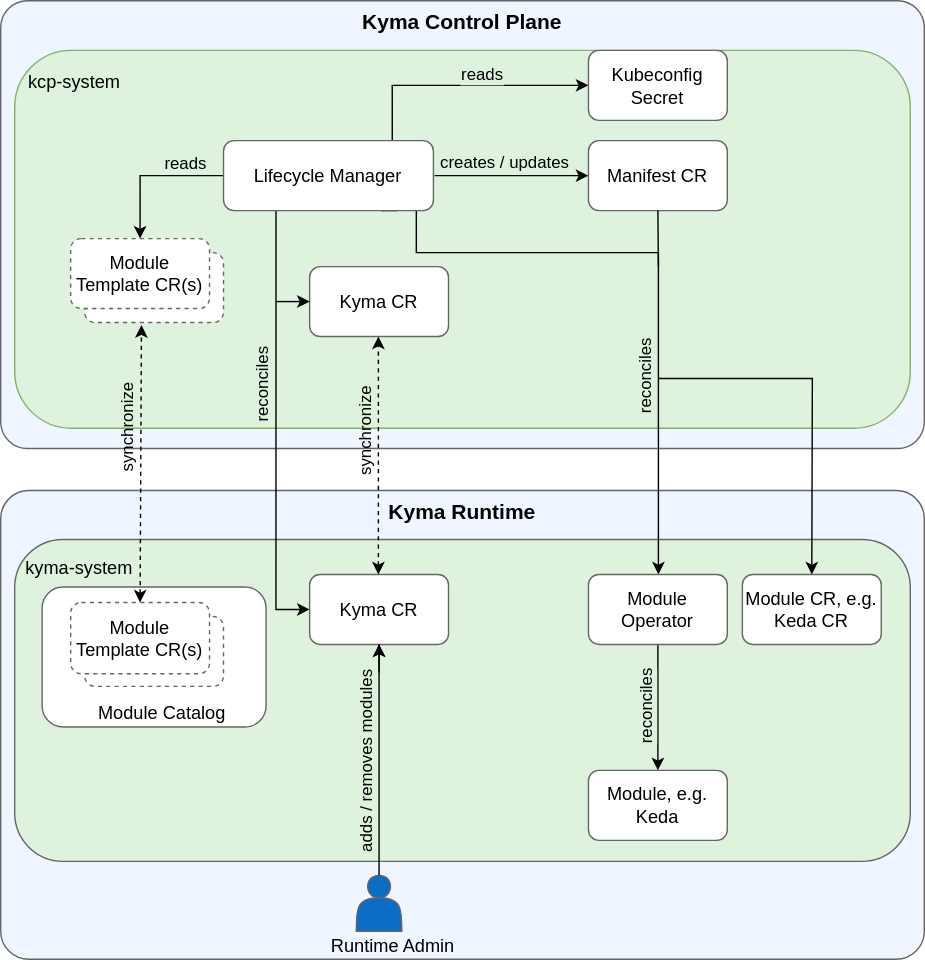
Earlier version of the draw.io export docs/assets/lifecycle-manager-architecture.svg (kyma-project/lifecycle-manager). Source tidied: cells renumbered, new cells last; positions are measured from the earlier drawing's top-left corner, leaving out a move shared by most shapes.
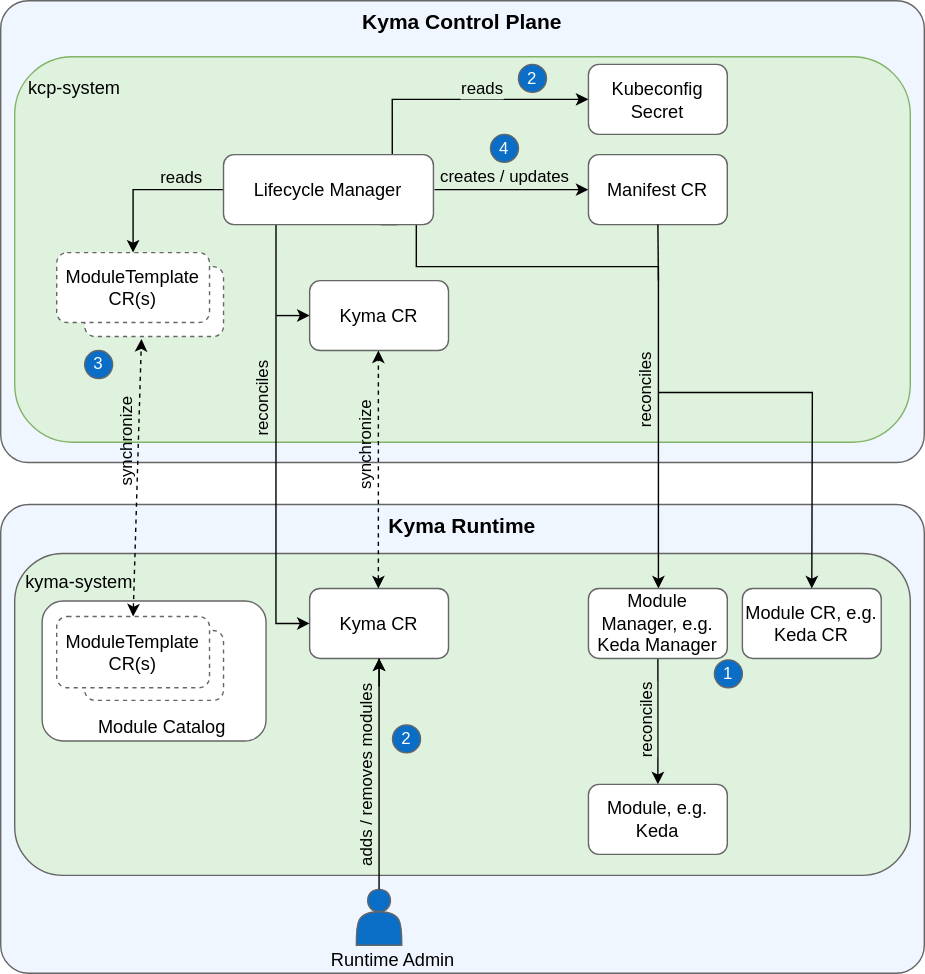
Above is the later version.

Commit message:
Update the diagram, add the diagram description, move controlles description to docs, update READMEs

Change to the diagram source:
```diff
@@ -3,7 +3,7 @@
     <mxCell id="0" />
     <mxCell id="1" parent="0" />
     <mxCell id="2" value="Kyma Control Plane" style="rounded=1;whiteSpace=wrap;html=1;verticalAlign=top;fillColor=#F0F6FF;strokeColor=#666666;arcSize=6;fontSize=15;fontStyle=1;" parent="1" vertex="1">
-      <mxGeometry width="660" height="320" as="geometry" />
+      <mxGeometry y="-10" width="660" height="330" as="geometry" />
     </mxCell>
     <mxCell id="3" value="Kyma Runtime" style="rounded=1;whiteSpace=wrap;html=1;verticalAlign=top;fillColor=#F0F6FF;strokeColor=#666666;arcSize=6;fontSize=15;fontStyle=1;" parent="1" vertex="1">
       <mxGeometry y="350" width="660" height="335" as="geometry" />
@@ -12,7 +12,7 @@
       <mxGeometry x="10" y="385" width="640" height="230" as="geometry" />
     </mxCell>
     <mxCell id="5" value="&lt;font style=&quot;font-size: 13px;&quot;&gt;kcp-system&lt;/font&gt;" style="rounded=1;whiteSpace=wrap;html=1;fillColor=#DEF2DD;strokeColor=#82b366;verticalAlign=top;fontSize=13;align=left;spacingRight=0;spacingBottom=0;spacingTop=0;spacing=10;" parent="1" vertex="1">
-      <mxGeometry x="10" y="35.5" width="640" height="270" as="geometry" />
+      <mxGeometry x="10" y="30" width="640" height="275.5" as="geometry" />
     </mxCell>
     <mxCell id="6" style="shape=actor;whiteSpace=wrap;html=1;fontSize=12;strokeColor=#666666;fillColor=#0A6EC7;" parent="1" vertex="1">
       <mxGeometry x="254.1" y="625" width="32.5" height="40" as="geometry" />
@@ -23,8 +23,8 @@
     <mxCell id="8" style="rounded=1;whiteSpace=wrap;html=1;strokeColor=#666666;strokeWidth=1;fontSize=13;fillColor=default;verticalAlign=top;dashed=1;" parent="1" vertex="1">
       <mxGeometry x="60" y="180" width="99.2" height="50" as="geometry" />
     </mxCell>
-    <mxCell id="9" value="Module Template CR(s)" style="rounded=1;whiteSpace=wrap;html=1;strokeColor=#666666;strokeWidth=1;fontSize=13;fillColor=default;verticalAlign=middle;dashed=1;" parent="1" vertex="1">
-      <mxGeometry x="50" y="170" width="99.2" height="50" as="geometry" />
+    <mxCell id="9" value="ModuleTemplate CR(s)" style="rounded=1;whiteSpace=wrap;html=1;strokeColor=#666666;strokeWidth=1;fontSize=13;fillColor=default;verticalAlign=middle;dashed=1;" parent="1" vertex="1">
+      <mxGeometry x="40" y="170" width="109.2" height="50" as="geometry" />
     </mxCell>
     <mxCell id="10" style="rounded=1;whiteSpace=wrap;html=1;fontSize=13;strokeColor=#666666;fillColor=#FFFFFF;" parent="1" vertex="1">
       <mxGeometry x="29.6" y="419" width="160" height="100" as="geometry" />
@@ -40,8 +40,8 @@
     <mxCell id="13" style="rounded=1;whiteSpace=wrap;html=1;strokeColor=#666666;strokeWidth=1;fontSize=13;fillColor=default;verticalAlign=top;dashed=1;" parent="1" vertex="1">
       <mxGeometry x="60" y="440" width="99.2" height="50" as="geometry" />
     </mxCell>
-    <mxCell id="14" value="Module Template CR(s)" style="rounded=1;whiteSpace=wrap;html=1;strokeColor=#666666;strokeWidth=1;fontSize=13;fillColor=default;verticalAlign=middle;dashed=1;" parent="1" vertex="1">
-      <mxGeometry x="50" y="430" width="99.2" height="51" as="geometry" />
+    <mxCell id="14" value="ModuleTemplate CR(s)" style="rounded=1;whiteSpace=wrap;html=1;strokeColor=#666666;strokeWidth=1;fontSize=13;fillColor=default;verticalAlign=middle;dashed=1;" parent="1" vertex="1">
+      <mxGeometry x="40" y="430" width="109.2" height="51" as="geometry" />
     </mxCell>
     <mxCell id="15" value="Module Catalog" style="text;html=1;align=center;verticalAlign=bottom;fillColor=none;strokeColor=none;rounded=0;fontSize=13;" parent="1" vertex="1">
       <mxGeometry x="60" y="500" width="110" height="20" as="geometry" />
@@ -112,7 +112,7 @@
     <mxCell id="30" value="reconciles" style="edgeStyle=orthogonalEdgeStyle;rounded=0;jettySize=auto;html=1;exitX=0.5;exitY=1;exitDx=0;exitDy=0;entryX=0.5;entryY=0;entryDx=0;entryDy=0;labelBackgroundColor=#DEF2DD;fontSize=12;fontColor=none;horizontal=0;spacingRight=0;spacingLeft=-16;" parent="1" edge="1" source="31" target="33">
       <mxGeometry relative="1" as="geometry" />
     </mxCell>
-    <mxCell id="31" value="Module Operator" style="rounded=1;whiteSpace=wrap;html=1;strokeColor=#666666;strokeWidth=1;fontSize=13;fillColor=default;verticalAlign=middle;" parent="1" vertex="1">
+    <mxCell id="31" value="Module Manager, e.g. Keda Manager" style="rounded=1;whiteSpace=wrap;html=1;strokeColor=#666666;strokeWidth=1;fontSize=13;fillColor=default;verticalAlign=middle;" parent="1" vertex="1">
       <mxGeometry x="420" y="410" width="99.2" height="50" as="geometry" />
     </mxCell>
     <mxCell id="32" value="Module CR, e.g. Keda CR" style="rounded=1;whiteSpace=wrap;html=1;strokeColor=#666666;strokeWidth=1;fontSize=13;fillColor=default;verticalAlign=middle;" parent="1" vertex="1">
@@ -142,5 +142,20 @@
         </Array>
       </mxGeometry>
     </mxCell>
+    <mxCell id="38" value="1" style="ellipse;whiteSpace=wrap;html=1;labelBackgroundColor=#0A6EC7;fontSize=12;fontColor=#FFFFFF;strokeColor=#666666;fillColor=#0A6EC7;" parent="1" vertex="1">
+      <mxGeometry x="510" y="461" width="20" height="20" as="geometry" />
+    </mxCell>
+    <mxCell id="39" value="2" style="ellipse;whiteSpace=wrap;html=1;labelBackgroundColor=#0A6EC7;fontSize=12;fontColor=#FFFFFF;strokeColor=#666666;fillColor=#0A6EC7;" parent="1" vertex="1">
+      <mxGeometry x="280" y="507.5" width="20" height="20" as="geometry" />
+    </mxCell>
+    <mxCell id="40" value="3" style="ellipse;whiteSpace=wrap;html=1;labelBackgroundColor=#0A6EC7;fontSize=12;fontColor=#FFFFFF;strokeColor=#666666;fillColor=#0A6EC7;" parent="1" vertex="1">
+      <mxGeometry x="60" y="240" width="20" height="20" as="geometry" />
+    </mxCell>
+    <mxCell id="41" value="2" style="ellipse;whiteSpace=wrap;html=1;labelBackgroundColor=#0A6EC7;fontSize=12;fontColor=#FFFFFF;strokeColor=#666666;fillColor=#0A6EC7;" parent="1" vertex="1">
+      <mxGeometry x="370" y="35.5" width="20" height="20" as="geometry" />
+    </mxCell>
+    <mxCell id="42" value="4" style="ellipse;whiteSpace=wrap;html=1;labelBackgroundColor=#0A6EC7;fontSize=12;fontColor=#FFFFFF;strokeColor=#666666;fillColor=#0A6EC7;" parent="1" vertex="1">
+      <mxGeometry x="350" y="85.5" width="20" height="20" as="geometry" />
+    </mxCell>
   </root>
 </mxGraphModel>
```
